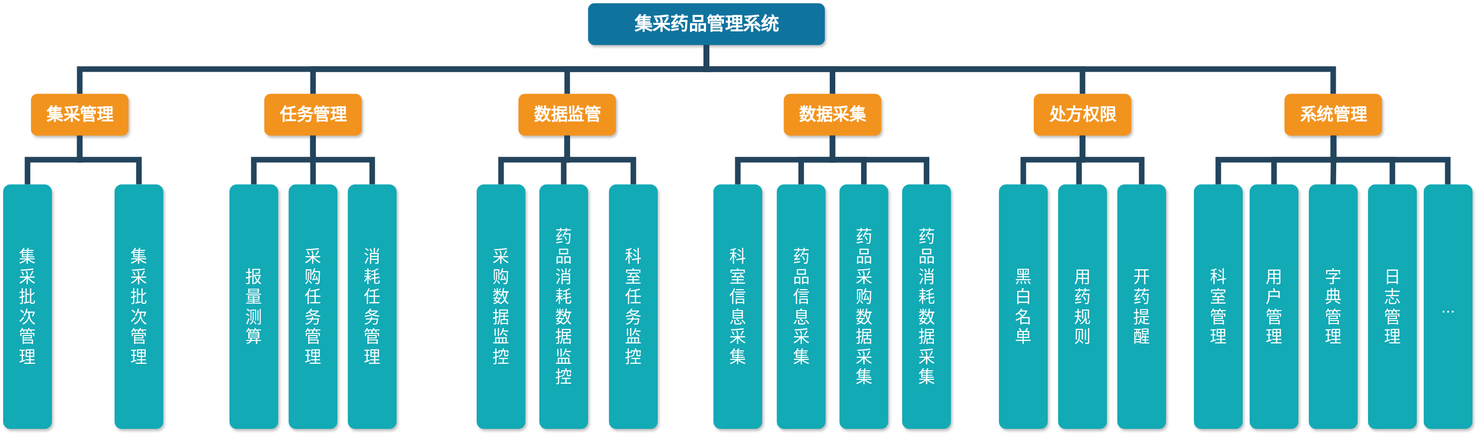
This is 未命名绘图.drawio.svg from young2hao/test, a draw.io export, as it was before one commit. Source tidied: cells renumbered, new cells last; positions are measured from the earlier drawing's top-left corner, leaving out a move shared by most shapes.
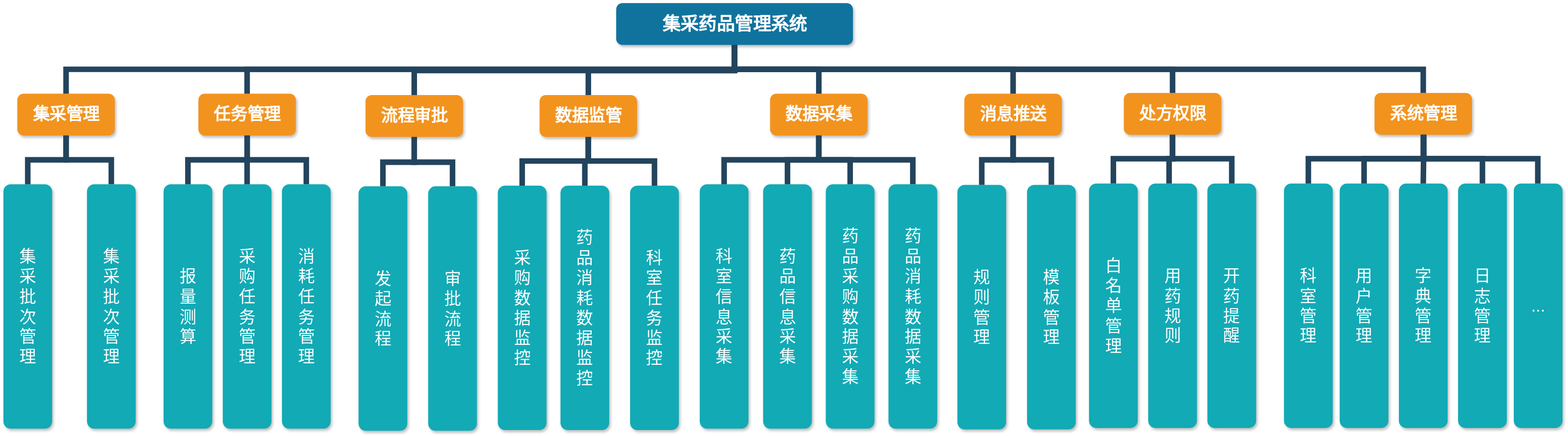
Above is the later version.

Commit message:
更新未命名绘图.drawio.svg

Diff of the diagram source:
```diff
@@ -3,28 +3,28 @@
     <mxCell id="0" />
     <mxCell id="1" parent="0" />
     <mxCell id="2" value="集采药品管理系统" style="whiteSpace=wrap;rounded=1;shadow=1;fillColor=#10739E;strokeColor=none;fontColor=#FFFFFF;fontStyle=1;fontSize=26;" parent="1" vertex="1">
-      <mxGeometry x="840" width="340" height="60" as="geometry" />
+      <mxGeometry x="900" width="340" height="60" as="geometry" />
     </mxCell>
     <mxCell id="3" value="集采管理" style="whiteSpace=wrap;rounded=1;fillColor=#F2931E;strokeColor=none;shadow=1;fontColor=#FFFFFF;fontStyle=1;fontSize=24;" parent="1" vertex="1">
       <mxGeometry x="40" y="130" width="140" height="60" as="geometry" />
     </mxCell>
     <mxCell id="4" value="任务管理" style="whiteSpace=wrap;rounded=1;fillColor=#F2931E;strokeColor=none;shadow=1;fontColor=#FFFFFF;fontStyle=1;fontSize=24;" parent="1" vertex="1">
-      <mxGeometry x="375" y="130" width="140" height="60" as="geometry" />
+      <mxGeometry x="300" y="130" width="140" height="60" as="geometry" />
     </mxCell>
     <mxCell id="5" value="系统管理" style="whiteSpace=wrap;rounded=1;fillColor=#F2931E;strokeColor=none;shadow=1;fontColor=#FFFFFF;fontStyle=1;fontSize=24;" parent="1" vertex="1">
-      <mxGeometry x="1840" y="130" width="140" height="60" as="geometry" />
+      <mxGeometry x="1989" y="129" width="140" height="60" as="geometry" />
     </mxCell>
     <mxCell id="6" value="数据监管" style="whiteSpace=wrap;rounded=1;fillColor=#F2931E;strokeColor=none;shadow=1;fontColor=#FFFFFF;fontStyle=1;fontSize=24;" parent="1" vertex="1">
-      <mxGeometry x="740" y="130" width="140" height="60" as="geometry" />
+      <mxGeometry x="790" y="132" width="140" height="60" as="geometry" />
     </mxCell>
     <mxCell id="7" value="数据采集" style="whiteSpace=wrap;rounded=1;fillColor=#F2931E;strokeColor=none;shadow=1;fontColor=#FFFFFF;fontStyle=1;fontSize=24;" parent="1" vertex="1">
       <mxGeometry x="1121" y="130" width="140" height="60" as="geometry" />
     </mxCell>
     <mxCell id="8" value="处方权限" style="whiteSpace=wrap;rounded=1;fillColor=#F2931E;strokeColor=none;shadow=1;fontColor=#FFFFFF;fontStyle=1;fontSize=24;" parent="1" vertex="1">
-      <mxGeometry x="1480" y="130" width="140" height="60" as="geometry" />
+      <mxGeometry x="1629" y="129" width="140" height="60" as="geometry" />
     </mxCell>
     <mxCell id="9" value="集&#10;采&#10;批&#10;次&#10;管&#10;理" style="whiteSpace=wrap;rounded=1;fillColor=#12AAB5;strokeColor=none;shadow=1;fontColor=#FFFFFF;fontSize=24;" parent="1" vertex="1">
-      <mxGeometry y="260" width="70" height="351" as="geometry" />
+      <mxGeometry x="20" y="260" width="70" height="351" as="geometry" />
     </mxCell>
     <mxCell id="10" style="edgeStyle=elbowEdgeStyle;elbow=vertical;rounded=0;fontColor=#000000;endArrow=none;endFill=0;strokeWidth=8;strokeColor=#23445D;entryX=0.5;entryY=0;entryDx=0;entryDy=0;" parent="1" edge="1" source="3" target="9">
       <mxGeometry relative="1" as="geometry" />
@@ -51,30 +51,30 @@
       <mxGeometry relative="1" as="geometry" />
     </mxCell>
     <mxCell id="18" value="集&#10;采&#10;批&#10;次&#10;管&#10;理" style="whiteSpace=wrap;rounded=1;fillColor=#12AAB5;strokeColor=none;shadow=1;fontColor=#FFFFFF;fontSize=24;" parent="1" vertex="1">
-      <mxGeometry x="160" y="260" width="70" height="351" as="geometry" />
+      <mxGeometry x="140" y="260" width="70" height="351" as="geometry" />
     </mxCell>
     <mxCell id="19" value="报&#10;量&#10;测&#10;算" style="whiteSpace=wrap;rounded=1;fillColor=#12AAB5;strokeColor=none;shadow=1;fontColor=#FFFFFF;fontSize=24;" parent="1" vertex="1">
-      <mxGeometry x="325" y="260" width="70" height="351" as="geometry" />
+      <mxGeometry x="250" y="260" width="70" height="351" as="geometry" />
     </mxCell>
     <mxCell id="20" style="edgeStyle=elbowEdgeStyle;elbow=vertical;rounded=0;fontColor=#000000;endArrow=none;endFill=0;strokeWidth=8;strokeColor=#23445D;entryX=0.5;entryY=0;entryDx=0;entryDy=0;" parent="1" edge="1" target="19">
       <mxGeometry relative="1" as="geometry">
-        <mxPoint x="445" y="190" as="sourcePoint" />
+        <mxPoint x="370" y="190" as="sourcePoint" />
       </mxGeometry>
     </mxCell>
     <mxCell id="21" style="edgeStyle=elbowEdgeStyle;elbow=vertical;rounded=0;fontColor=#000000;endArrow=none;endFill=0;strokeWidth=8;strokeColor=#23445D;entryX=0.5;entryY=0;entryDx=0;entryDy=0;" parent="1" edge="1" target="22">
       <mxGeometry relative="1" as="geometry">
-        <mxPoint x="445" y="190" as="sourcePoint" />
+        <mxPoint x="370" y="190" as="sourcePoint" />
       </mxGeometry>
     </mxCell>
     <mxCell id="22" value="消&#10;耗&#10;任&#10;务&#10;管&#10;理" style="whiteSpace=wrap;rounded=1;fillColor=#12AAB5;strokeColor=none;shadow=1;fontColor=#FFFFFF;fontSize=24;" parent="1" vertex="1">
-      <mxGeometry x="495" y="260" width="70" height="351" as="geometry" />
+      <mxGeometry x="420" y="260" width="70" height="351" as="geometry" />
     </mxCell>
     <mxCell id="23" value="采&#10;购&#10;任&#10;务&#10;管&#10;理" style="whiteSpace=wrap;rounded=1;fillColor=#12AAB5;strokeColor=none;shadow=1;fontColor=#FFFFFF;fontSize=24;" parent="1" vertex="1">
-      <mxGeometry x="410" y="260" width="70" height="351" as="geometry" />
+      <mxGeometry x="335" y="260" width="70" height="351" as="geometry" />
     </mxCell>
     <mxCell id="24" style="edgeStyle=elbowEdgeStyle;elbow=vertical;rounded=0;fontColor=#000000;endArrow=none;endFill=0;strokeWidth=8;strokeColor=#23445D;entryX=0.5;entryY=0;entryDx=0;entryDy=0;" parent="1" edge="1" target="23">
       <mxGeometry relative="1" as="geometry">
-        <mxPoint x="445" y="190" as="sourcePoint" />
+        <mxPoint x="370" y="190" as="sourcePoint" />
       </mxGeometry>
     </mxCell>
     <mxCell id="25" value="药&#10;品&#10;信&#10;息&#10;采&#10;集" style="whiteSpace=wrap;rounded=1;fillColor=#12AAB5;strokeColor=none;shadow=1;fontColor=#FFFFFF;fontSize=24;" parent="1" vertex="1">
@@ -94,27 +94,27 @@
       <mxGeometry x="1291" y="260" width="70" height="351" as="geometry" />
     </mxCell>
     <mxCell id="29" value="采&#10;购&#10;数&#10;据&#10;监&#10;控" style="whiteSpace=wrap;rounded=1;fillColor=#12AAB5;strokeColor=none;shadow=1;fontColor=#FFFFFF;fontSize=24;" parent="1" vertex="1">
-      <mxGeometry x="680" y="260" width="70" height="351" as="geometry" />
+      <mxGeometry x="730" y="262" width="70" height="351" as="geometry" />
     </mxCell>
     <mxCell id="30" style="edgeStyle=elbowEdgeStyle;elbow=vertical;rounded=0;fontColor=#000000;endArrow=none;endFill=0;strokeWidth=8;strokeColor=#23445D;entryX=0.5;entryY=0;entryDx=0;entryDy=0;" parent="1" edge="1" target="29">
       <mxGeometry relative="1" as="geometry">
-        <mxPoint x="810" y="190" as="sourcePoint" />
+        <mxPoint x="860" y="192" as="sourcePoint" />
       </mxGeometry>
     </mxCell>
     <mxCell id="31" style="edgeStyle=elbowEdgeStyle;elbow=vertical;rounded=0;fontColor=#000000;endArrow=none;endFill=0;strokeWidth=8;strokeColor=#23445D;entryX=0.5;entryY=0;entryDx=0;entryDy=0;" parent="1" edge="1" target="32">
       <mxGeometry relative="1" as="geometry">
-        <mxPoint x="810" y="190" as="sourcePoint" />
+        <mxPoint x="860" y="192" as="sourcePoint" />
       </mxGeometry>
     </mxCell>
     <mxCell id="32" value="科&#10;室&#10;任&#10;务&#10;监&#10;控" style="whiteSpace=wrap;rounded=1;fillColor=#12AAB5;strokeColor=none;shadow=1;fontColor=#FFFFFF;fontSize=24;" parent="1" vertex="1">
-      <mxGeometry x="870" y="260" width="70" height="351" as="geometry" />
+      <mxGeometry x="920" y="262" width="70" height="351" as="geometry" />
     </mxCell>
     <mxCell id="33" value="药&#10;品&#10;消&#10;耗&#10;数&#10;据&#10;监&#10;控" style="whiteSpace=wrap;rounded=1;fillColor=#12AAB5;strokeColor=none;shadow=1;fontColor=#FFFFFF;fontSize=24;" parent="1" vertex="1">
-      <mxGeometry x="770" y="260" width="70" height="351" as="geometry" />
+      <mxGeometry x="820" y="262" width="70" height="351" as="geometry" />
     </mxCell>
     <mxCell id="34" style="edgeStyle=elbowEdgeStyle;elbow=vertical;rounded=0;fontColor=#000000;endArrow=none;endFill=0;strokeWidth=8;strokeColor=#23445D;entryX=0.5;entryY=0;entryDx=0;entryDy=0;" parent="1" edge="1" target="33">
       <mxGeometry relative="1" as="geometry">
-        <mxPoint x="810" y="190" as="sourcePoint" />
+        <mxPoint x="860" y="192" as="sourcePoint" />
       </mxGeometry>
     </mxCell>
     <mxCell id="35" value="药&#10;品&#10;采&#10;购&#10;数&#10;据&#10;采&#10;集" style="whiteSpace=wrap;rounded=1;fillColor=#12AAB5;strokeColor=none;shadow=1;fontColor=#FFFFFF;fontSize=24;" parent="1" vertex="1">
@@ -131,69 +131,108 @@
     <mxCell id="38" style="edgeStyle=elbowEdgeStyle;elbow=vertical;rounded=0;fontColor=#000000;endArrow=none;endFill=0;strokeWidth=8;strokeColor=#23445D;entryX=0.5;entryY=0;entryDx=0;entryDy=0;exitX=0.5;exitY=1;exitDx=0;exitDy=0;" parent="1" edge="1" source="7" target="37">
       <mxGeometry relative="1" as="geometry" />
     </mxCell>
-    <mxCell id="39" style="edgeStyle=elbowEdgeStyle;elbow=vertical;rounded=0;fontColor=#000000;endArrow=none;endFill=0;strokeWidth=8;strokeColor=#23445D;entryX=0.5;entryY=0;entryDx=0;entryDy=0;" parent="1" edge="1" target="53">
+    <mxCell id="39" style="edgeStyle=elbowEdgeStyle;elbow=vertical;rounded=0;fontColor=#000000;endArrow=none;endFill=0;strokeWidth=8;strokeColor=#23445D;entryX=0.5;entryY=0;entryDx=0;entryDy=0;" parent="1" edge="1">
       <mxGeometry relative="1" as="geometry">
-        <mxPoint x="1550" y="190" as="sourcePoint" />
+        <mxPoint x="1699" y="189" as="sourcePoint" />
+        <mxPoint x="1614" y="259" as="targetPoint" />
       </mxGeometry>
     </mxCell>
     <mxCell id="40" value="用&#10;药&#10;规&#10;则" style="whiteSpace=wrap;rounded=1;fillColor=#12AAB5;strokeColor=none;shadow=1;fontColor=#FFFFFF;fontSize=24;" parent="1" vertex="1">
-      <mxGeometry x="1515" y="260" width="70" height="351" as="geometry" />
+      <mxGeometry x="1664" y="259" width="70" height="351" as="geometry" />
     </mxCell>
     <mxCell id="41" value="用&#10;户&#10;管&#10;理" style="whiteSpace=wrap;rounded=1;fillColor=#12AAB5;strokeColor=none;shadow=1;fontColor=#FFFFFF;fontSize=24;" parent="1" vertex="1">
-      <mxGeometry x="1790" y="260" width="70" height="351" as="geometry" />
+      <mxGeometry x="1939" y="259" width="70" height="351" as="geometry" />
     </mxCell>
     <mxCell id="42" style="edgeStyle=elbowEdgeStyle;elbow=vertical;rounded=0;fontColor=#000000;endArrow=none;endFill=0;strokeWidth=8;strokeColor=#23445D;entryX=0.5;entryY=0;entryDx=0;entryDy=0;" parent="1" edge="1" target="41">
       <mxGeometry relative="1" as="geometry">
-        <mxPoint x="1910.5" y="190" as="sourcePoint" />
+        <mxPoint x="2059.5" y="189" as="sourcePoint" />
       </mxGeometry>
     </mxCell>
     <mxCell id="43" style="edgeStyle=elbowEdgeStyle;elbow=vertical;rounded=0;fontColor=#000000;endArrow=none;endFill=0;strokeWidth=8;strokeColor=#23445D;entryX=0.5;entryY=0;entryDx=0;entryDy=0;" parent="1" edge="1" target="44">
       <mxGeometry relative="1" as="geometry">
-        <mxPoint x="1910.5" y="190" as="sourcePoint" />
+        <mxPoint x="2059.5" y="189" as="sourcePoint" />
       </mxGeometry>
     </mxCell>
     <mxCell id="44" value="日&#10;志&#10;管&#10;理" style="whiteSpace=wrap;rounded=1;fillColor=#12AAB5;strokeColor=none;shadow=1;fontColor=#FFFFFF;fontSize=24;" parent="1" vertex="1">
-      <mxGeometry x="1960" y="260" width="70" height="351" as="geometry" />
+      <mxGeometry x="2109" y="259" width="70" height="351" as="geometry" />
     </mxCell>
     <mxCell id="45" value="字&#10;典&#10;管&#10;理" style="whiteSpace=wrap;rounded=1;fillColor=#12AAB5;strokeColor=none;shadow=1;fontColor=#FFFFFF;fontSize=24;" parent="1" vertex="1">
-      <mxGeometry x="1875" y="260" width="70" height="351" as="geometry" />
+      <mxGeometry x="2024" y="259" width="70" height="351" as="geometry" />
     </mxCell>
     <mxCell id="46" style="edgeStyle=elbowEdgeStyle;elbow=vertical;rounded=0;fontColor=#000000;endArrow=none;endFill=0;strokeWidth=8;strokeColor=#23445D;entryX=0.5;entryY=0;entryDx=0;entryDy=0;" parent="1" edge="1" target="45">
       <mxGeometry relative="1" as="geometry">
-        <mxPoint x="1910.5" y="190" as="sourcePoint" />
+        <mxPoint x="2059.5" y="189" as="sourcePoint" />
       </mxGeometry>
     </mxCell>
     <mxCell id="47" value="科&#10;室&#10;管&#10;理" style="whiteSpace=wrap;rounded=1;fillColor=#12AAB5;strokeColor=none;shadow=1;fontColor=#FFFFFF;fontSize=24;" parent="1" vertex="1">
-      <mxGeometry x="1710" y="260" width="70" height="351" as="geometry" />
+      <mxGeometry x="1859" y="259" width="70" height="351" as="geometry" />
     </mxCell>
     <mxCell id="48" style="edgeStyle=elbowEdgeStyle;elbow=vertical;rounded=0;fontColor=#000000;endArrow=none;endFill=0;strokeWidth=8;strokeColor=#23445D;entryX=0.5;entryY=0;entryDx=0;entryDy=0;exitX=0.5;exitY=1;exitDx=0;exitDy=0;" parent="1" edge="1" target="47">
       <mxGeometry relative="1" as="geometry">
-        <mxPoint x="1910.5" y="190" as="sourcePoint" />
+        <mxPoint x="2059.5" y="189" as="sourcePoint" />
       </mxGeometry>
     </mxCell>
     <mxCell id="49" value="..." style="whiteSpace=wrap;rounded=1;fillColor=#12AAB5;strokeColor=none;shadow=1;fontColor=#FFFFFF;fontSize=24;" parent="1" vertex="1">
-      <mxGeometry x="2040" y="260" width="70" height="351" as="geometry" />
+      <mxGeometry x="2189" y="259" width="70" height="351" as="geometry" />
     </mxCell>
     <mxCell id="50" style="edgeStyle=elbowEdgeStyle;elbow=vertical;rounded=0;fontColor=#000000;endArrow=none;endFill=0;strokeWidth=8;strokeColor=#23445D;entryX=0.5;entryY=0;entryDx=0;entryDy=0;" parent="1" edge="1">
       <mxGeometry relative="1" as="geometry">
-        <mxPoint x="1910" y="190" as="sourcePoint" />
-        <mxPoint x="2074.5" y="260" as="targetPoint" />
+        <mxPoint x="2059" y="189" as="sourcePoint" />
+        <mxPoint x="2223.5" y="259" as="targetPoint" />
       </mxGeometry>
     </mxCell>
     <mxCell id="51" value="开&#10;药&#10;提&#10;醒" style="whiteSpace=wrap;rounded=1;fillColor=#12AAB5;strokeColor=none;shadow=1;fontColor=#FFFFFF;fontSize=24;" parent="1" vertex="1">
-      <mxGeometry x="1600" y="260" width="70" height="351" as="geometry" />
+      <mxGeometry x="1749" y="259" width="70" height="351" as="geometry" />
     </mxCell>
     <mxCell id="52" style="edgeStyle=elbowEdgeStyle;elbow=vertical;rounded=0;fontColor=#000000;endArrow=none;endFill=0;strokeWidth=8;strokeColor=#23445D;entryX=0.5;entryY=0;entryDx=0;entryDy=0;exitX=0.5;exitY=1;exitDx=0;exitDy=0;" parent="1" edge="1" source="8" target="51">
       <mxGeometry relative="1" as="geometry" />
     </mxCell>
-    <mxCell id="53" value="黑&#10;白&#10;名&#10;单" style="whiteSpace=wrap;rounded=1;fillColor=#12AAB5;strokeColor=none;shadow=1;fontColor=#FFFFFF;fontSize=24;" parent="1" vertex="1">
-      <mxGeometry x="1430" y="260" width="70" height="351" as="geometry" />
+    <mxCell id="53" value="白&#10;名&#10;单&#10;管&#10;理" style="whiteSpace=wrap;rounded=1;fillColor=#12AAB5;strokeColor=none;shadow=1;fontColor=#FFFFFF;fontSize=24;" parent="1" vertex="1">
+      <mxGeometry x="1579" y="259" width="70" height="351" as="geometry" />
     </mxCell>
     <mxCell id="54" style="edgeStyle=elbowEdgeStyle;elbow=vertical;rounded=0;fontColor=#000000;endArrow=none;endFill=0;strokeWidth=8;strokeColor=#23445D;entryX=0.5;entryY=0;entryDx=0;entryDy=0;" parent="1" edge="1">
       <mxGeometry relative="1" as="geometry">
-        <mxPoint x="1550" y="190" as="sourcePoint" />
-        <mxPoint x="1545" y="260" as="targetPoint" />
+        <mxPoint x="1699" y="189" as="sourcePoint" />
+        <mxPoint x="1694" y="259" as="targetPoint" />
       </mxGeometry>
     </mxCell>
+    <mxCell id="55" value="流程审批" style="whiteSpace=wrap;rounded=1;fillColor=#F2931E;strokeColor=none;shadow=1;fontColor=#FFFFFF;fontStyle=1;fontSize=24;" parent="1" vertex="1">
+      <mxGeometry x="540" y="132" width="140" height="60" as="geometry" />
+    </mxCell>
+    <mxCell id="56" value="发&#10;起&#10;流&#10;程" style="whiteSpace=wrap;rounded=1;fillColor=#12AAB5;strokeColor=none;shadow=1;fontColor=#FFFFFF;fontSize=24;" parent="1" vertex="1">
+      <mxGeometry x="530" y="263" width="70" height="351" as="geometry" />
+    </mxCell>
+    <mxCell id="57" style="edgeStyle=elbowEdgeStyle;elbow=vertical;rounded=0;fontColor=#000000;endArrow=none;endFill=0;strokeWidth=8;strokeColor=#23445D;entryX=0.5;entryY=0;entryDx=0;entryDy=0;" parent="1" edge="1" source="55" target="56">
+      <mxGeometry relative="1" as="geometry" />
+    </mxCell>
+    <mxCell id="58" style="edgeStyle=elbowEdgeStyle;elbow=vertical;rounded=0;fontColor=#000000;endArrow=none;endFill=0;strokeWidth=8;strokeColor=#23445D;entryX=0.5;entryY=0;entryDx=0;entryDy=0;" parent="1" edge="1" source="55" target="59">
+      <mxGeometry relative="1" as="geometry" />
+    </mxCell>
+    <mxCell id="59" value="审&#10;批&#10;流&#10;程" style="whiteSpace=wrap;rounded=1;fillColor=#12AAB5;strokeColor=none;shadow=1;fontColor=#FFFFFF;fontSize=24;" parent="1" vertex="1">
+      <mxGeometry x="630" y="263" width="70" height="351" as="geometry" />
+    </mxCell>
+    <mxCell id="60" style="edgeStyle=elbowEdgeStyle;elbow=vertical;rounded=0;fontColor=#000000;endArrow=none;endFill=0;strokeWidth=8;strokeColor=#23445D;exitX=0.5;exitY=1;exitDx=0;exitDy=0;" parent="1" edge="1" source="2">
+      <mxGeometry relative="1" as="geometry">
+        <mxPoint x="610" y="132" as="targetPoint" />
+      </mxGeometry>
+    </mxCell>
+    <mxCell id="61" value="消息推送" style="whiteSpace=wrap;rounded=1;fillColor=#F2931E;strokeColor=none;shadow=1;fontColor=#FFFFFF;fontStyle=1;fontSize=24;" parent="1" vertex="1">
+      <mxGeometry x="1400" y="130" width="140" height="60" as="geometry" />
+    </mxCell>
+    <mxCell id="62" value="规&#10;则&#10;管&#10;理" style="whiteSpace=wrap;rounded=1;fillColor=#12AAB5;strokeColor=none;shadow=1;fontColor=#FFFFFF;fontSize=24;" parent="1" vertex="1">
+      <mxGeometry x="1390" y="261" width="70" height="351" as="geometry" />
+    </mxCell>
+    <mxCell id="63" style="edgeStyle=elbowEdgeStyle;elbow=vertical;rounded=0;fontColor=#000000;endArrow=none;endFill=0;strokeWidth=8;strokeColor=#23445D;entryX=0.5;entryY=0;entryDx=0;entryDy=0;" parent="1" edge="1" source="61" target="62">
+      <mxGeometry relative="1" as="geometry" />
+    </mxCell>
+    <mxCell id="64" style="edgeStyle=elbowEdgeStyle;elbow=vertical;rounded=0;fontColor=#000000;endArrow=none;endFill=0;strokeWidth=8;strokeColor=#23445D;entryX=0.5;entryY=0;entryDx=0;entryDy=0;" parent="1" edge="1" source="61" target="65">
+      <mxGeometry relative="1" as="geometry" />
+    </mxCell>
+    <mxCell id="65" value="模&#10;板&#10;管&#10;理" style="whiteSpace=wrap;rounded=1;fillColor=#12AAB5;strokeColor=none;shadow=1;fontColor=#FFFFFF;fontSize=24;" parent="1" vertex="1">
+      <mxGeometry x="1490" y="261" width="70" height="351" as="geometry" />
+    </mxCell>
+    <mxCell id="66" style="edgeStyle=elbowEdgeStyle;elbow=vertical;rounded=0;fontColor=#000000;endArrow=none;endFill=0;strokeWidth=8;strokeColor=#23445D;entryX=0.5;entryY=0;entryDx=0;entryDy=0;exitX=0.5;exitY=1;exitDx=0;exitDy=0;" parent="1" edge="1" source="2" target="61">
+      <mxGeometry relative="1" as="geometry" />
+    </mxCell>
   </root>
 </mxGraphModel>
```
